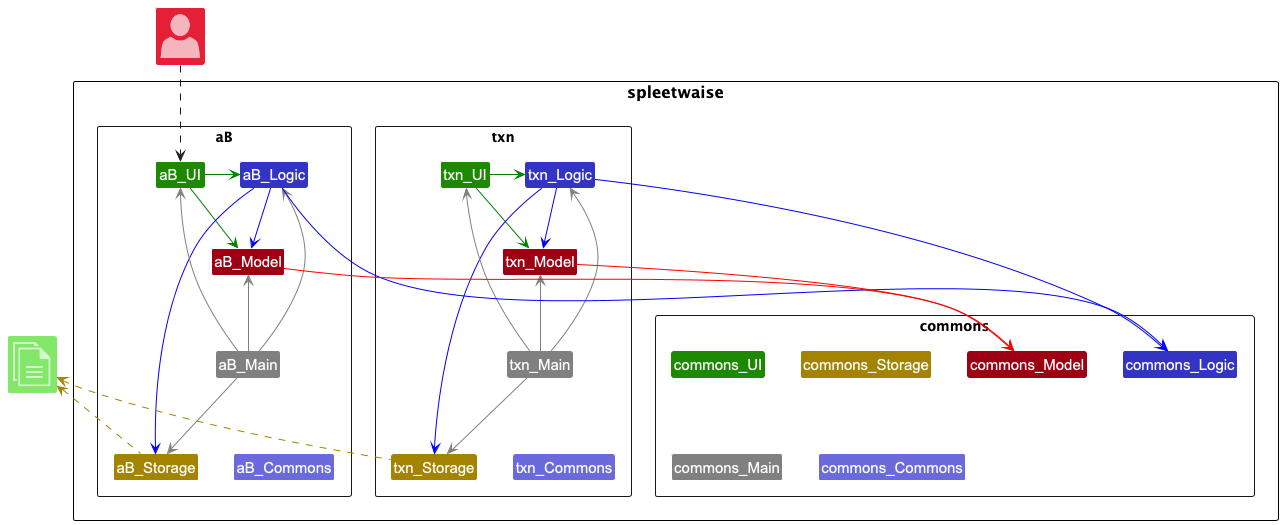
Earlier version of the PlantUML export docs/images/ArchitectureDiagram.png (nus-cs2103-AY2425S1/tp). Its diagram source:
```plantuml
@startuml
!include <office/Concepts/globe_internet>
!include <office/Concepts/documents>
!include <office/Users/user>
!include style.puml

Package "spleetwaise.commons" <<Rectangle>> {
    Class commons_UI UI_COLOR
    Class commons_Logic LOGIC_COLOR
    Class commons_Storage STORAGE_COLOR
    Class commons_Model MODEL_COLOR
    Class commons_Main #grey
    Class commons_Commons LOGIC_COLOR_T2
}

Package "spleetwaise.aB" <<Rectangle>> {
    Class aB_UI UI_COLOR
    Class aB_Logic LOGIC_COLOR
    Class aB_Storage STORAGE_COLOR
    Class aB_Model MODEL_COLOR
    Class aB_Main #grey
    Class aB_Commons LOGIC_COLOR_T2
}

Package "spleetwaise.txn" <<Rectangle>> {
    Class txn_UI UI_COLOR
    Class txn_Logic LOGIC_COLOR
    Class txn_Storage STORAGE_COLOR
    Class txn_Model MODEL_COLOR
    Class txn_Main #grey
    Class txn_Commons LOGIC_COLOR_T2
}

Class "<$user>" as User MODEL_COLOR_T2
Class "<$documents>" as File UI_COLOR_T1

aB_UI -[#green]> aB_Logic
aB_UI -right[#green]-> aB_Model
aB_Logic -[#blue]-> aB_Storage
aB_Logic -down[#blue]-> aB_Model
aB_Main -[#grey]-> aB_UI
aB_Main -[#grey]-> aB_Logic
aB_Main -[#grey]-> aB_Storage
aB_Main -up[#grey]-> aB_Model
aB_Main -down[hidden]-> aB_Commons

txn_UI -[#green]> txn_Logic
txn_UI -right[#green]-> txn_Model
txn_Logic -[#blue]-> txn_Storage
txn_Logic -down[#blue]-> txn_Model
txn_Main -[#grey]-> txn_UI
txn_Main -[#grey]-> txn_Logic
txn_Main -[#grey]-> txn_Storage
txn_Main -up[#grey]-> txn_Model
txn_Main -down[hidden]-> txn_Commons

aB_Storage -up[STORAGE_COLOR].> File
txn_Storage -up[STORAGE_COLOR].> File
User ..> aB_UI

aB_Logic -down[#blue]-> commons_Logic
txn_Logic -down[#blue]-> commons_Logic
aB_Model -down[#red]-> commons_Model
txn_Model -down[#red]-> commons_Model
@enduml
```
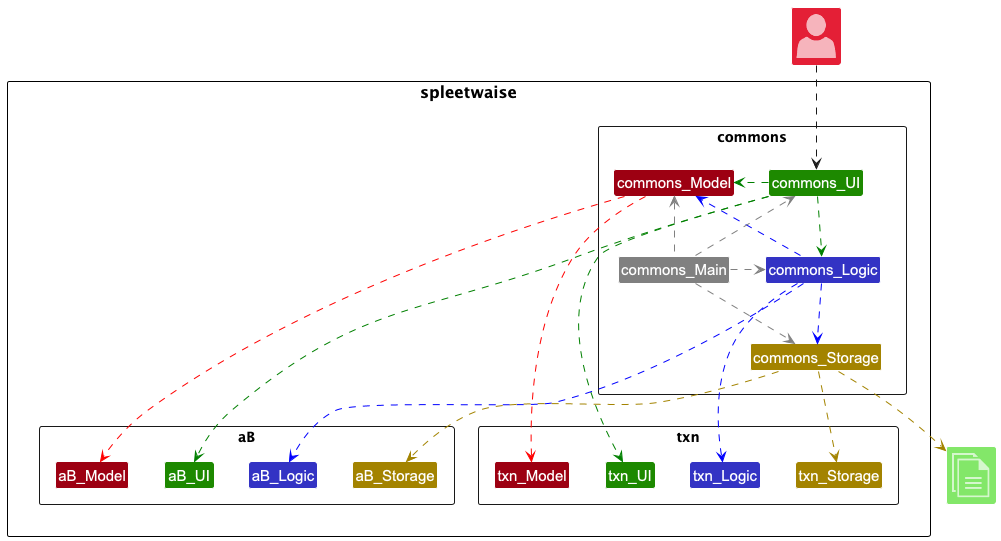
The same file after the commit.

Commit message:
Update architecture diagram

Change to the diagram source:
```diff
@@ -4,62 +4,62 @@
 !include <office/Users/user>
 !include style.puml
 
+top to bottom direction
+
+Class "<$user>" as User MODEL_COLOR_T2
+
 Package "spleetwaise.commons" <<Rectangle>> {
-    Class commons_UI UI_COLOR
-    Class commons_Logic LOGIC_COLOR
-    Class commons_Storage STORAGE_COLOR
-    Class commons_Model MODEL_COLOR
     Class commons_Main #grey
-    Class commons_Commons LOGIC_COLOR_T2
+
+    together {
+        Class commons_Logic LOGIC_COLOR
+        Class commons_Storage STORAGE_COLOR
+        Class commons_UI UI_COLOR
+        Class commons_Model MODEL_COLOR
+    }
+
 }
 
-Package "spleetwaise.aB" <<Rectangle>> {
-    Class aB_UI UI_COLOR
-    Class aB_Logic LOGIC_COLOR
-    Class aB_Storage STORAGE_COLOR
-    Class aB_Model MODEL_COLOR
-    Class aB_Main #grey
-    Class aB_Commons LOGIC_COLOR_T2
+together {
+    Package "spleetwaise.aB" <<Rectangle>> {
+        Class aB_UI UI_COLOR
+        Class aB_Logic LOGIC_COLOR
+        Class aB_Storage STORAGE_COLOR
+        Class aB_Model MODEL_COLOR
+    }
+
+    Package "spleetwaise.txn" <<Rectangle>> {
+        Class txn_UI UI_COLOR
+        Class txn_Logic LOGIC_COLOR
+        Class txn_Storage STORAGE_COLOR
+        Class txn_Model MODEL_COLOR
+    }
 }
 
-Package "spleetwaise.txn" <<Rectangle>> {
-    Class txn_UI UI_COLOR
-    Class txn_Logic LOGIC_COLOR
-    Class txn_Storage STORAGE_COLOR
-    Class txn_Model MODEL_COLOR
-    Class txn_Main #grey
-    Class txn_Commons LOGIC_COLOR_T2
-}
-
-Class "<$user>" as User MODEL_COLOR_T2
 Class "<$documents>" as File UI_COLOR_T1
 
-aB_UI -[#green]> aB_Logic
-aB_UI -right[#green]-> aB_Model
-aB_Logic -[#blue]-> aB_Storage
-aB_Logic -down[#blue]-> aB_Model
-aB_Main -[#grey]-> aB_UI
-aB_Main -[#grey]-> aB_Logic
-aB_Main -[#grey]-> aB_Storage
-aB_Main -up[#grey]-> aB_Model
-aB_Main -down[hidden]-> aB_Commons
+commons_UI -[#green].> commons_Logic
+commons_UI -right[#green].> commons_Model
+commons_Logic -[#blue].> commons_Storage
+commons_Logic -down[#blue].> commons_Model
+commons_Main -[#grey].> commons_UI
+commons_Main -[#grey].> commons_Logic
+commons_Main -[#grey].> commons_Storage
+commons_Main -up[#grey].> commons_Model
 
-txn_UI -[#green]> txn_Logic
-txn_UI -right[#green]-> txn_Model
-txn_Logic -[#blue]-> txn_Storage
-txn_Logic -down[#blue]-> txn_Model
-txn_Main -[#grey]-> txn_UI
-txn_Main -[#grey]-> txn_Logic
-txn_Main -[#grey]-> txn_Storage
-txn_Main -up[#grey]-> txn_Model
-txn_Main -down[hidden]-> txn_Commons
 
-aB_Storage -up[STORAGE_COLOR].> File
-txn_Storage -up[STORAGE_COLOR].> File
-User ..> aB_UI
+commons_Storage -down[STORAGE_COLOR].> File
+User -down.> commons_UI
 
-aB_Logic -down[#blue]-> commons_Logic
-txn_Logic -down[#blue]-> commons_Logic
-aB_Model -down[#red]-> commons_Model
-txn_Model -down[#red]-> commons_Model
+commons_UI -down[#green].> txn_UI
+commons_UI -down[#green].> aB_UI
+
+commons_Logic -down[#blue].> txn_Logic
+commons_Logic -down[#blue].> aB_Logic
+
+commons_Model -down[#red].> aB_Model
+commons_Model -down[#red].> txn_Model
+
+commons_Storage -down[STORAGE_COLOR].> aB_Storage
+commons_Storage -down[STORAGE_COLOR].> txn_Storage
 @enduml
```
